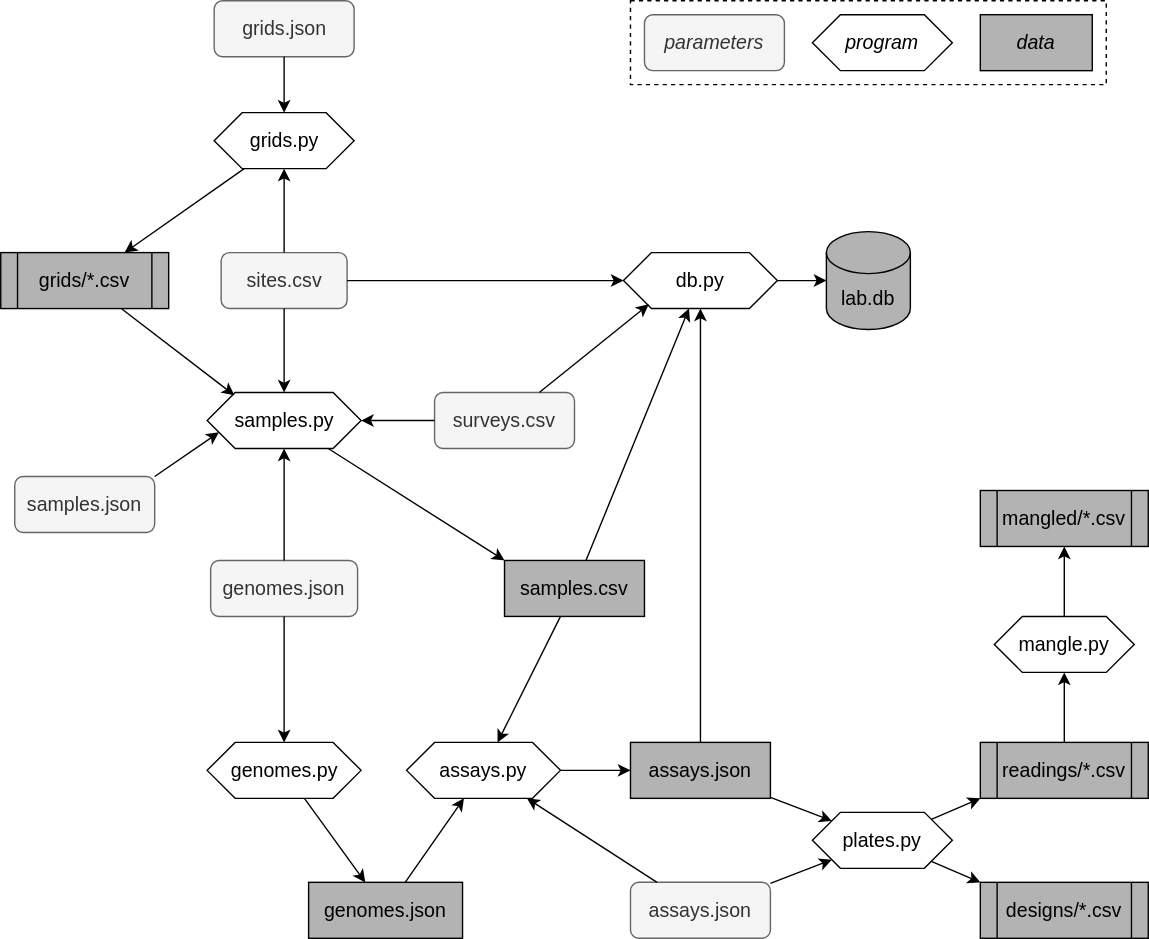
This is img/workflow.svg from lessonomicon/snailz, a draw.io export, as it was before one commit. Source tidied: cells renumbered, new cells last; positions are measured from the earlier drawing's top-left corner, leaving out a move shared by most shapes.
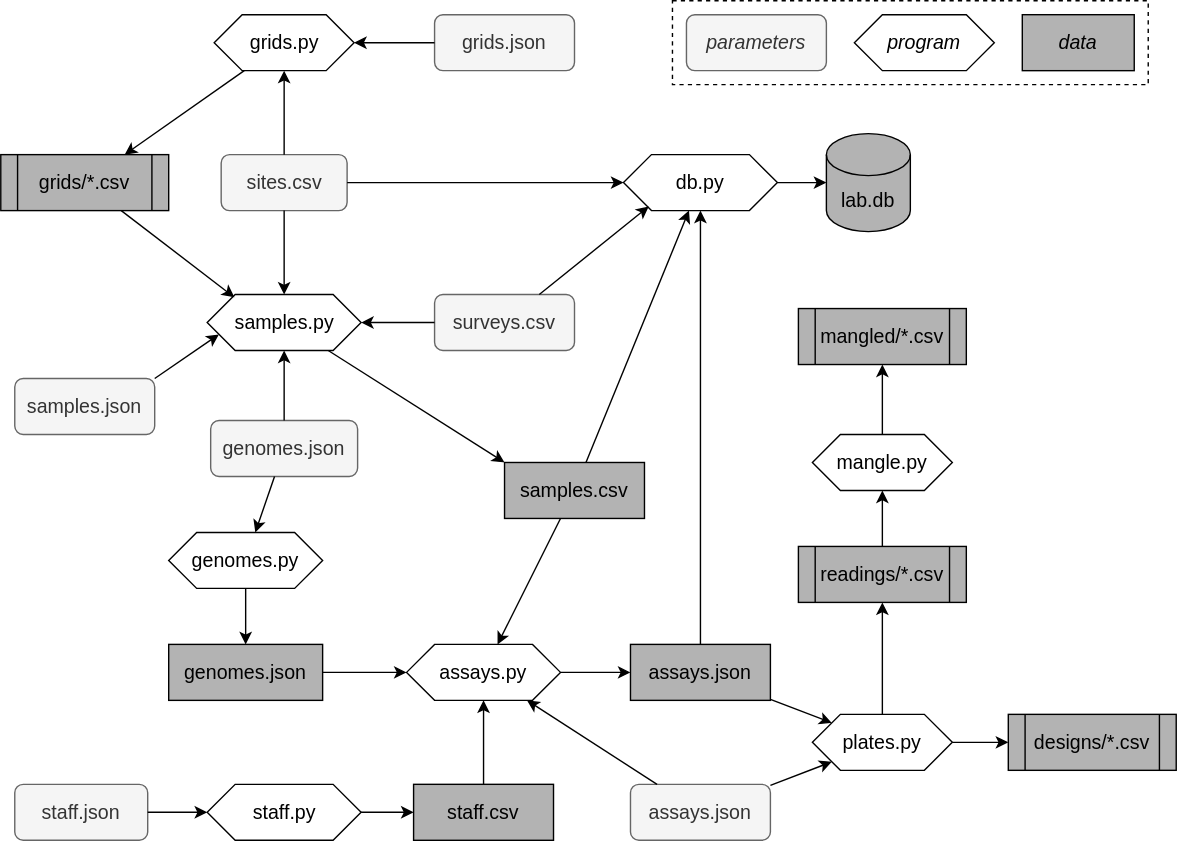
The same diagram one commit later.

What changed in the source:
```diff
@@ -6,7 +6,7 @@
       <mxGeometry x="157.5" y="180" width="90" height="40" as="geometry" />
     </mxCell>
     <mxCell id="3" value="grids.json" style="rounded=1;whiteSpace=wrap;html=1;fontSize=14;fillColor=#f5f5f5;fontColor=#333333;strokeColor=#666666;" parent="1" vertex="1">
-      <mxGeometry x="152.5" width="100" height="40" as="geometry" />
+      <mxGeometry x="310" y="80" width="100" height="40" as="geometry" />
     </mxCell>
     <mxCell id="4" value="grids/*.csv" style="shape=process;whiteSpace=wrap;html=1;backgroundOutline=1;fillColor=#B3B3B3;fontSize=14;" parent="1" vertex="1">
       <mxGeometry y="180" width="120" height="40" as="geometry" />
@@ -24,16 +24,16 @@
       <mxGeometry relative="1" as="geometry" />
     </mxCell>
     <mxCell id="9" value="genomes.py" style="shape=hexagon;perimeter=hexagonPerimeter2;whiteSpace=wrap;html=1;fixedSize=1;fillColor=none;fontSize=14;" parent="1" vertex="1">
-      <mxGeometry x="147.5" y="530" width="110" height="40" as="geometry" />
+      <mxGeometry x="120" y="450" width="110" height="40" as="geometry" />
     </mxCell>
     <mxCell id="10" value="genomes.json" style="rounded=1;whiteSpace=wrap;html=1;fontSize=14;fillColor=#f5f5f5;fontColor=#333333;strokeColor=#666666;" parent="1" vertex="1">
-      <mxGeometry x="150" y="400" width="105" height="40" as="geometry" />
+      <mxGeometry x="150" y="370" width="105" height="40" as="geometry" />
     </mxCell>
     <mxCell id="11" style="endArrow=classic;html=1;rounded=0;" parent="1" edge="1" source="10" target="9">
       <mxGeometry relative="1" as="geometry" />
     </mxCell>
     <mxCell id="12" value="genomes.json" style="rounded=0;whiteSpace=wrap;html=1;fillColor=#B3B3B3;fontSize=14;" parent="1" vertex="1">
-      <mxGeometry x="220" y="630" width="110" height="40" as="geometry" />
+      <mxGeometry x="120" y="530" width="110" height="40" as="geometry" />
     </mxCell>
     <mxCell id="13" style="endArrow=classic;html=1;rounded=0;" parent="1" edge="1" source="9" target="12">
       <mxGeometry relative="1" as="geometry" />
@@ -99,18 +99,16 @@
       <mxGeometry relative="1" as="geometry" />
     </mxCell>
     <mxCell id="34" value="readings/*.csv" style="shape=process;whiteSpace=wrap;html=1;backgroundOutline=1;fillColor=#B3B3B3;fontSize=14;" parent="1" vertex="1">
-      <mxGeometry x="700" y="530" width="120" height="40" as="geometry" />
+      <mxGeometry x="570" y="460" width="120" height="40" as="geometry" />
     </mxCell>
     <mxCell id="35" value="designs/*.csv" style="shape=process;whiteSpace=wrap;html=1;backgroundOutline=1;fillColor=#B3B3B3;fontSize=14;" parent="1" vertex="1">
-      <mxGeometry x="700" y="630" width="120" height="40" as="geometry" />
+      <mxGeometry x="720" y="580" width="120" height="40" as="geometry" />
     </mxCell>
-    <mxCell id="36" style="endArrow=classic;html=1;rounded=0;entryX=0;entryY=1;entryDx=0;entryDy=0;" parent="1" edge="1" source="31" target="34">
+    <mxCell id="36" style="endArrow=classic;html=1;rounded=0;" parent="1" edge="1" source="31" target="34">
       <mxGeometry relative="1" as="geometry" />
     </mxCell>
-    <mxCell id="37" style="endArrow=classic;html=1;rounded=0;" parent="1" edge="1" source="31">
-      <mxGeometry relative="1" as="geometry">
-        <mxPoint x="700" y="630" as="targetPoint" />
-      </mxGeometry>
+    <mxCell id="37" style="endArrow=classic;html=1;rounded=0;" parent="1" edge="1" source="31" target="35">
+      <mxGeometry relative="1" as="geometry" />
     </mxCell>
     <mxCell id="38" value="db.py" style="shape=hexagon;perimeter=hexagonPerimeter2;whiteSpace=wrap;html=1;fixedSize=1;fillColor=none;fontSize=14;" parent="1" vertex="1">
       <mxGeometry x="445" y="180" width="110" height="40" as="geometry" />
@@ -134,22 +132,22 @@
       <mxGeometry relative="1" as="geometry" />
     </mxCell>
     <mxCell id="45" value="&lt;i&gt;parameters&lt;/i&gt;" style="rounded=1;whiteSpace=wrap;html=1;fontSize=14;fillColor=#f5f5f5;fontColor=#333333;strokeColor=#666666;" parent="1" vertex="1">
-      <mxGeometry x="460" y="10" width="100" height="40" as="geometry" />
+      <mxGeometry x="490" y="80" width="100" height="40" as="geometry" />
     </mxCell>
     <mxCell id="46" value="&lt;i&gt;program&lt;/i&gt;" style="shape=hexagon;perimeter=hexagonPerimeter2;whiteSpace=wrap;html=1;fixedSize=1;fillColor=none;fontSize=14;" parent="1" vertex="1">
-      <mxGeometry x="580" y="10" width="100" height="40" as="geometry" />
+      <mxGeometry x="610" y="80" width="100" height="40" as="geometry" />
     </mxCell>
     <mxCell id="47" value="&lt;i&gt;data&lt;/i&gt;" style="rounded=0;whiteSpace=wrap;html=1;fillColor=#B3B3B3;fontSize=14;" parent="1" vertex="1">
-      <mxGeometry x="700" y="10" width="80" height="40" as="geometry" />
+      <mxGeometry x="730" y="80" width="80" height="40" as="geometry" />
     </mxCell>
     <mxCell id="48" style="rounded=0;whiteSpace=wrap;html=1;fillColor=none;dashed=1;" parent="1" vertex="1">
-      <mxGeometry x="450" width="340" height="60" as="geometry" />
+      <mxGeometry x="480" y="70" width="340" height="60" as="geometry" />
     </mxCell>
     <mxCell id="49" value="mangle.py" style="shape=hexagon;perimeter=hexagonPerimeter2;whiteSpace=wrap;html=1;fixedSize=1;fillColor=none;fontSize=14;" parent="1" vertex="1">
-      <mxGeometry x="710" y="440" width="100" height="40" as="geometry" />
+      <mxGeometry x="580" y="380" width="100" height="40" as="geometry" />
     </mxCell>
     <mxCell id="50" value="mangled/*.csv" style="shape=process;whiteSpace=wrap;html=1;backgroundOutline=1;fillColor=#B3B3B3;fontSize=14;" parent="1" vertex="1">
-      <mxGeometry x="700" y="350" width="120" height="40" as="geometry" />
+      <mxGeometry x="570" y="290" width="120" height="40" as="geometry" />
     </mxCell>
     <mxCell id="51" style="endArrow=classic;html=1;rounded=0;" parent="1" edge="1" source="34" target="49">
       <mxGeometry relative="1" as="geometry" />
@@ -157,5 +155,23 @@
     <mxCell id="52" style="endArrow=classic;html=1;rounded=0;" parent="1" edge="1" source="49" target="50">
       <mxGeometry relative="1" as="geometry" />
     </mxCell>
+    <mxCell id="53" value="staff.json" style="rounded=1;whiteSpace=wrap;html=1;fontSize=14;fillColor=#f5f5f5;fontColor=#333333;strokeColor=#666666;" parent="1" vertex="1">
+      <mxGeometry x="10" y="630" width="95" height="40" as="geometry" />
+    </mxCell>
+    <mxCell id="54" value="staff.py" style="shape=hexagon;perimeter=hexagonPerimeter2;whiteSpace=wrap;html=1;fixedSize=1;fillColor=none;fontSize=14;" parent="1" vertex="1">
+      <mxGeometry x="147.5" y="630" width="110" height="40" as="geometry" />
+    </mxCell>
+    <mxCell id="55" value="staff.csv" style="rounded=0;whiteSpace=wrap;html=1;fillColor=#B3B3B3;fontSize=14;" parent="1" vertex="1">
+      <mxGeometry x="295" y="630" width="100" height="40" as="geometry" />
+    </mxCell>
+    <mxCell id="56" style="endArrow=classic;html=1;rounded=0;" parent="1" edge="1" source="55" target="25">
+      <mxGeometry relative="1" as="geometry" />
+    </mxCell>
+    <mxCell id="57" style="endArrow=classic;html=1;rounded=0;" parent="1" edge="1" source="54" target="55">
+      <mxGeometry relative="1" as="geometry" />
+    </mxCell>
+    <mxCell id="58" style="endArrow=classic;html=1;rounded=0;" parent="1" edge="1" source="53" target="54">
+      <mxGeometry relative="1" as="geometry" />
+    </mxCell>
   </root>
 </mxGraphModel>
```
